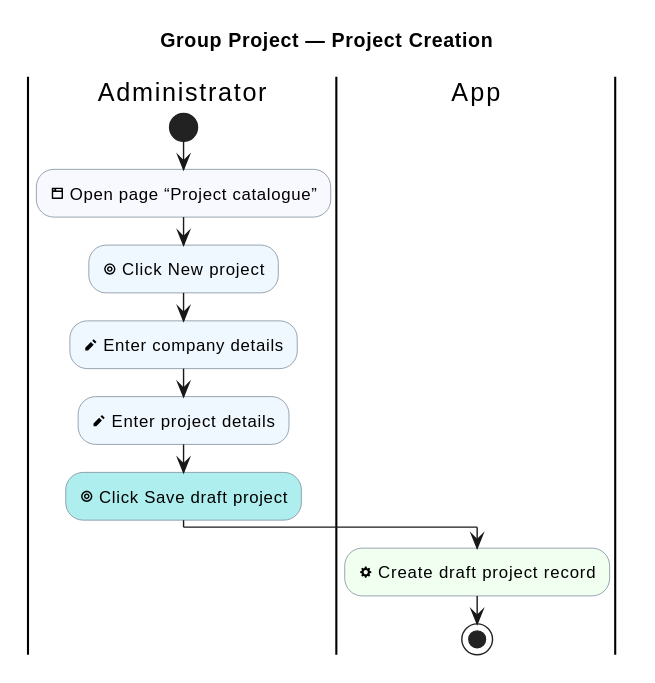
Earlier version of the PlantUML export industrial-placement-group-project/diagrams/group-project/project-creation.svg (sdflkjssl/sdflkjssl.github.io).
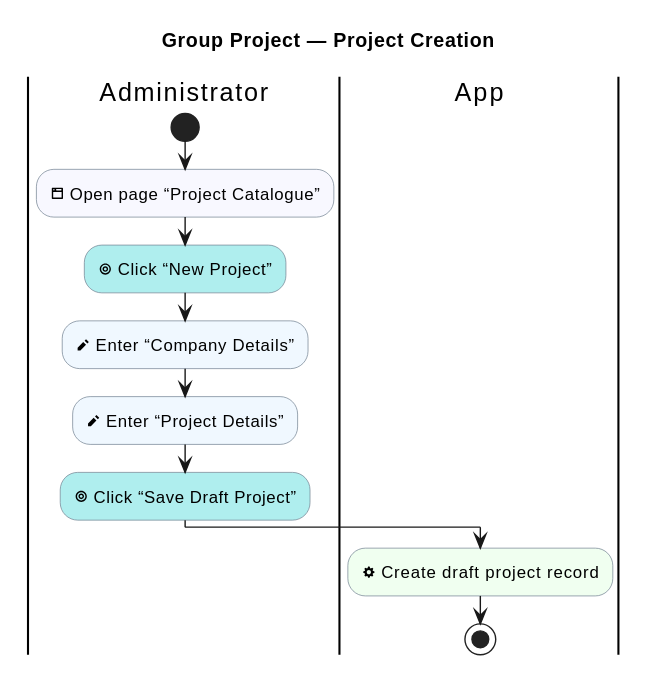
After the commit.

What changed in the source:
```diff
@@ -12,11 +12,11 @@
 
 |Administrator|
 start
-:<&browser> Open page “Project catalogue”; <<#GhostWhite>>
-:<&target> Click New project; <<#AliceBlue>>
-:<&pencil> Enter company details; <<#AliceBlue>>
-:<&pencil> Enter project details; <<#AliceBlue>>
-:<&target> Click Save draft project; <<#PaleTurquoise>>
+:<&browser> Open page “Project Catalogue”; <<#GhostWhite>>
+:<&target> Click “New Project”; <<#PaleTurquoise>>
+:<&pencil> Enter “Company Details”; <<#AliceBlue>>
+:<&pencil> Enter “Project Details”; <<#AliceBlue>>
+:<&target> Click “Save Draft Project”; <<#PaleTurquoise>>
 |App|
 :<&cog> Create draft project record; <<#HoneyDew>>
 stop
```
